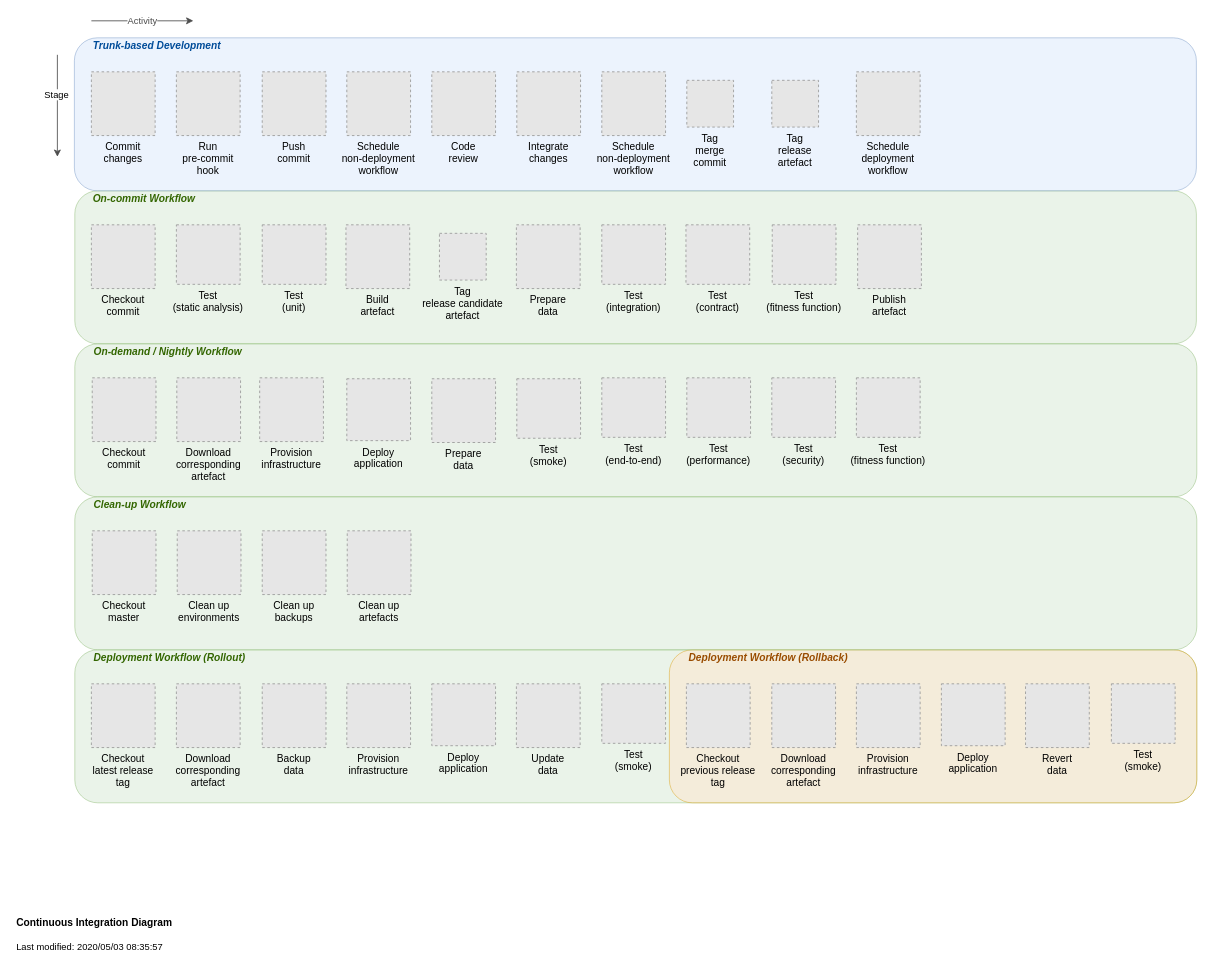
Before: documentation/DevOps.drawio in nhs-england-tools/make-devops, a draw.io diagram. Source tidied: cells renumbered, new cells numbered last; positions are measured from the earlier drawing's top-left corner, leaving out a move shared by most shapes. Both pictures are drawn from the tidied source at 85%, with x=0, y=0 at pixel (14, 20). Pictures stored in the file or linked from it are replaced by grey dashed boxes.
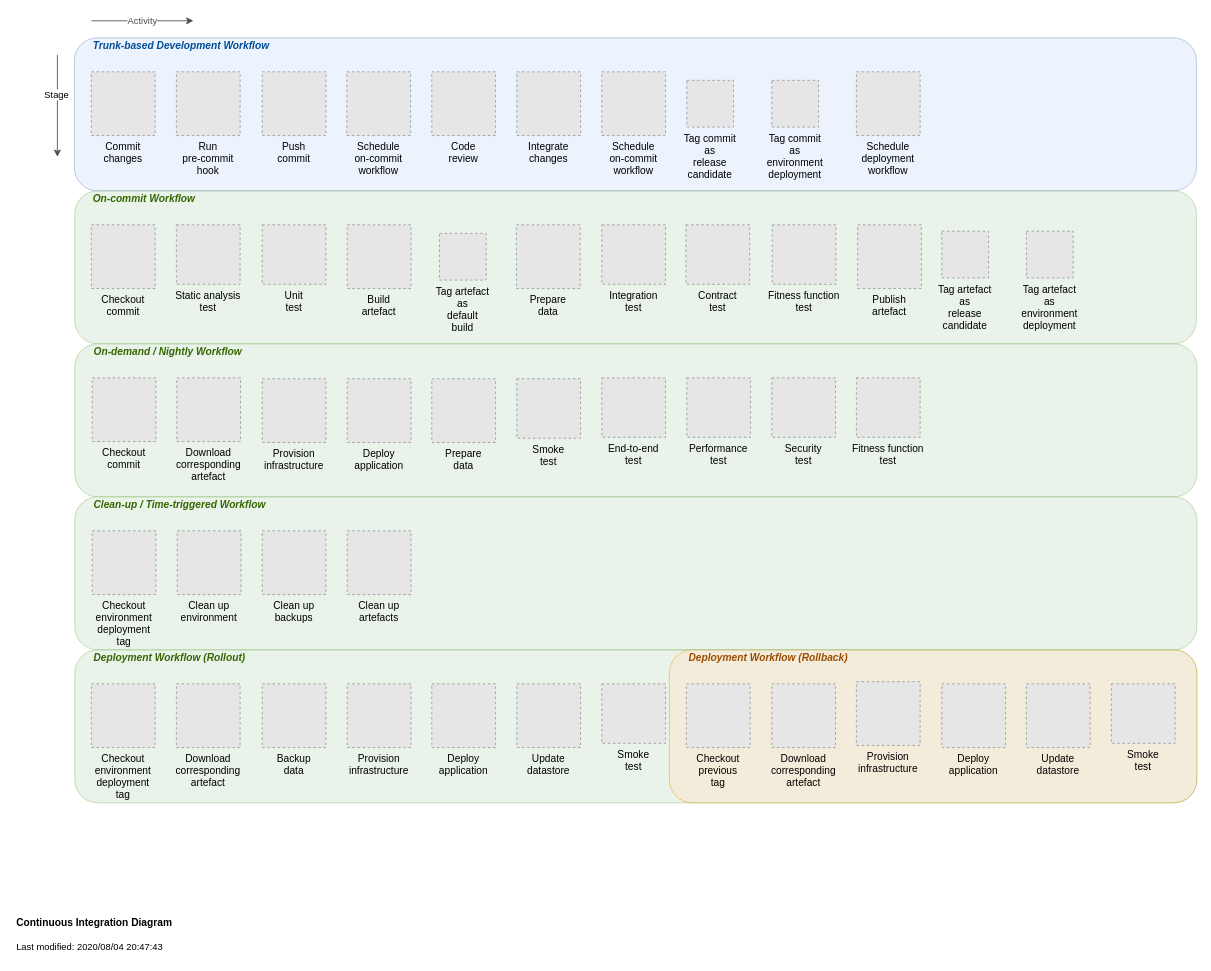
After the change.

Diff of the diagram source:
```diff
@@
-    <mxCell id="6" value="Provision&#10;infrastructure" style="fillColor=#E6E6E6;strokeColor=#999999;dashed=1;verticalLabelPosition=bottom;verticalAlign=top;align=center;" parent="1" vertex="1">
-      <mxGeometry x="390.5" y="780" width="75" height="75" as="geometry" />
-    </mxCell>
-    <mxCell id="7" value="Provision&#10;infrastructure" style="fillColor=#E6E6E6;strokeColor=#999999;dashed=1;verticalLabelPosition=bottom;verticalAlign=top;align=center;" parent="1" vertex="1">
-      <mxGeometry x="990" y="780" width="75" height="75" as="geometry" />
-    </mxCell>
-    <mxCell id="8" value="Build&#10;artefact" style="fillColor=#E6E6E6;strokeColor=#999999;dashed=1;verticalLabelPosition=bottom;labelBackgroundColor=none;verticalAlign=top;" parent="1" vertex="1">
-      <mxGeometry x="389.5" y="240" width="75" height="75" as="geometry" />
-    </mxCell>
@@
-    <mxCell id="10" value="Provision&#10;infrastructure" style="fillColor=#E6E6E6;strokeColor=#999999;dashed=1;verticalLabelPosition=bottom;verticalAlign=top;align=center;" parent="1" vertex="1">
-      <mxGeometry x="288" y="420" width="75" height="75" as="geometry" />
-    </mxCell>
-    <mxCell id="11" value="&lt;b&gt;Continuous Integration Diagram&lt;/b&gt;&lt;br style=&quot;font-size: 11px&quot;&gt;&lt;font style=&quot;font-size: 11px&quot;&gt;&lt;br&gt;&lt;font style=&quot;font-size: 11px&quot;&gt;Last modified: 2020/05/03 08:35:57&lt;/font&gt;&lt;/font&gt;" style="text;html=1;strokeColor=none;fillColor=none;align=left;verticalAlign=middle;whiteSpace=wrap;rounded=0;" parent="1" vertex="1">
+    <mxCell id="11" value="&lt;b&gt;Continuous Integration Diagram&lt;/b&gt;&lt;br style=&quot;font-size: 11px&quot;&gt;&lt;font style=&quot;font-size: 11px&quot;&gt;&lt;br&gt;&lt;font style=&quot;font-size: 11px&quot;&gt;Last modified: 2020/08/04 20:47:43&lt;/font&gt;&lt;/font&gt;" style="text;html=1;strokeColor=none;fillColor=none;align=left;verticalAlign=middle;whiteSpace=wrap;rounded=0;" parent="1" vertex="1">
       <mxGeometry y="1050" width="430" height="50" as="geometry" />
     </mxCell>
@@
-    <mxCell id="13" value="Deploy&#10;application" style="fillColor=#E6E6E6;strokeColor=#999999;dashed=1;verticalLabelPosition=bottom;labelBackgroundColor=none;verticalAlign=top;" parent="1" vertex="1">
-      <mxGeometry x="490.5" y="780" width="75" height="72.8" as="geometry" />
-    </mxCell>
-    <mxCell id="14" value="Deploy&#10;application" style="fillColor=#E6E6E6;strokeColor=#999999;dashed=1;verticalLabelPosition=bottom;labelBackgroundColor=none;verticalAlign=top;" parent="1" vertex="1">
-      <mxGeometry x="1090" y="780" width="75" height="72.8" as="geometry" />
-    </mxCell>
-    <mxCell id="15" value="Deploy&#10;application" style="fillColor=#E6E6E6;strokeColor=#999999;dashed=1;verticalLabelPosition=bottom;labelBackgroundColor=none;verticalAlign=top;" parent="1" vertex="1">
-      <mxGeometry x="390.5" y="421.1" width="75" height="72.8" as="geometry" />
-    </mxCell>
@@
-    <mxCell id="17" value="Tag&#10;release candidate&#10;artefact" style="fillColor=#E6E6E6;strokeColor=#999999;dashed=1;verticalLabelPosition=bottom;labelBackgroundColor=none;verticalAlign=top;" parent="1" vertex="1">
+    <mxCell id="17" value="Tag artefact&#10;as&#10;default&#10;build" style="fillColor=#E6E6E6;strokeColor=#999999;dashed=1;verticalLabelPosition=bottom;labelBackgroundColor=none;verticalAlign=top;" parent="1" vertex="1">
       <mxGeometry x="499.5" y="250" width="55" height="55" as="geometry" />
     </mxCell>
@@
-    <mxCell id="24" value="Clean up&#10;environments" style="fillColor=#E6E6E6;strokeColor=#999999;dashed=1;verticalLabelPosition=bottom;labelBackgroundColor=none;verticalAlign=top;" parent="1" vertex="1">
+    <mxCell id="24" value="Clean up&#10;environment" style="fillColor=#E6E6E6;strokeColor=#999999;dashed=1;verticalLabelPosition=bottom;labelBackgroundColor=none;verticalAlign=top;" parent="1" vertex="1">
       <mxGeometry x="191" y="600" width="75" height="75" as="geometry" />
     </mxCell>
@@
-    <mxCell id="27" value="Test&#10;(static analysis)" style="fillColor=#E6E6E6;strokeColor=#999999;dashed=1;verticalLabelPosition=bottom;labelBackgroundColor=none;verticalAlign=top;" parent="1" vertex="1">
+    <mxCell id="27" value="Static analysis&#10;test" style="fillColor=#E6E6E6;strokeColor=#999999;dashed=1;verticalLabelPosition=bottom;labelBackgroundColor=none;verticalAlign=top;" parent="1" vertex="1">
       <mxGeometry x="190" y="240" width="75" height="70" as="geometry" />
     </mxCell>
-    <mxCell id="28" value="Test&#10;(unit)" style="fillColor=#E6E6E6;strokeColor=#999999;dashed=1;verticalLabelPosition=bottom;labelBackgroundColor=none;verticalAlign=top;" parent="1" vertex="1">
+    <mxCell id="28" value="Unit&#10;test" style="fillColor=#E6E6E6;strokeColor=#999999;dashed=1;verticalLabelPosition=bottom;labelBackgroundColor=none;verticalAlign=top;" parent="1" vertex="1">
       <mxGeometry x="291" y="240" width="75" height="70" as="geometry" />
     </mxCell>
-    <mxCell id="29" value="Test&#10;(integration)" style="fillColor=#E6E6E6;strokeColor=#999999;dashed=1;verticalLabelPosition=bottom;labelBackgroundColor=none;verticalAlign=top;" parent="1" vertex="1">
+    <mxCell id="29" value="Integration&#10;test" style="fillColor=#E6E6E6;strokeColor=#999999;dashed=1;verticalLabelPosition=bottom;labelBackgroundColor=none;verticalAlign=top;" parent="1" vertex="1">
       <mxGeometry x="690.5" y="240" width="75" height="70" as="geometry" />
     </mxCell>
-    <mxCell id="30" value="Test&#10;(contract)" style="fillColor=#E6E6E6;strokeColor=#999999;dashed=1;verticalLabelPosition=bottom;labelBackgroundColor=none;verticalAlign=top;" parent="1" vertex="1">
+    <mxCell id="30" value="Contract&#10;test" style="fillColor=#E6E6E6;strokeColor=#999999;dashed=1;verticalLabelPosition=bottom;labelBackgroundColor=none;verticalAlign=top;" parent="1" vertex="1">
       <mxGeometry x="789.5" y="240" width="75" height="70" as="geometry" />
     </mxCell>
-    <mxCell id="31" value="Test&#10;(smoke)" style="fillColor=#E6E6E6;strokeColor=#999999;dashed=1;verticalLabelPosition=bottom;labelBackgroundColor=none;verticalAlign=top;" parent="1" vertex="1">
+    <mxCell id="31" value="Smoke&#10;test" style="fillColor=#E6E6E6;strokeColor=#999999;dashed=1;verticalLabelPosition=bottom;labelBackgroundColor=none;verticalAlign=top;" parent="1" vertex="1">
       <mxGeometry x="590.5" y="421.1" width="75" height="70" as="geometry" />
     </mxCell>
-    <mxCell id="32" value="Test&#10;(smoke)" style="fillColor=#E6E6E6;strokeColor=#999999;dashed=1;verticalLabelPosition=bottom;labelBackgroundColor=none;verticalAlign=top;" parent="1" vertex="1">
+    <mxCell id="32" value="Smoke&#10;test" style="fillColor=#E6E6E6;strokeColor=#999999;dashed=1;verticalLabelPosition=bottom;labelBackgroundColor=none;verticalAlign=top;" parent="1" vertex="1">
       <mxGeometry x="1290" y="780" width="75" height="70" as="geometry" />
     </mxCell>
-    <mxCell id="33" value="Test&#10;(smoke)" style="fillColor=#E6E6E6;strokeColor=#999999;dashed=1;verticalLabelPosition=bottom;labelBackgroundColor=none;verticalAlign=top;" parent="1" vertex="1">
+    <mxCell id="33" value="Smoke&#10;test" style="fillColor=#E6E6E6;strokeColor=#999999;dashed=1;verticalLabelPosition=bottom;labelBackgroundColor=none;verticalAlign=top;" parent="1" vertex="1">
       <mxGeometry x="690.5" y="780" width="75" height="70" as="geometry" />
     </mxCell>
-    <mxCell id="34" value="Test&#10;(end-to-end)" style="fillColor=#E6E6E6;strokeColor=#999999;dashed=1;verticalLabelPosition=bottom;labelBackgroundColor=none;verticalAlign=top;" parent="1" vertex="1">
+    <mxCell id="34" value="End-to-end&#10;test" style="fillColor=#E6E6E6;strokeColor=#999999;dashed=1;verticalLabelPosition=bottom;labelBackgroundColor=none;verticalAlign=top;" parent="1" vertex="1">
       <mxGeometry x="690.5" y="420" width="75" height="70" as="geometry" />
     </mxCell>
-    <mxCell id="35" value="Test&#10;(performance)" style="fillColor=#E6E6E6;strokeColor=#999999;dashed=1;verticalLabelPosition=bottom;labelBackgroundColor=none;verticalAlign=top;" parent="1" vertex="1">
+    <mxCell id="35" value="Performance&#10;test" style="fillColor=#E6E6E6;strokeColor=#999999;dashed=1;verticalLabelPosition=bottom;labelBackgroundColor=none;verticalAlign=top;" parent="1" vertex="1">
       <mxGeometry x="790.5" y="420" width="75" height="70" as="geometry" />
     </mxCell>
-    <mxCell id="36" value="Test&#10;(security)" style="fillColor=#E6E6E6;strokeColor=#999999;dashed=1;verticalLabelPosition=bottom;labelBackgroundColor=none;verticalAlign=top;" parent="1" vertex="1">
+    <mxCell id="36" value="Security&#10;test" style="fillColor=#E6E6E6;strokeColor=#999999;dashed=1;verticalLabelPosition=bottom;labelBackgroundColor=none;verticalAlign=top;" parent="1" vertex="1">
       <mxGeometry x="890.5" y="420" width="75" height="70" as="geometry" />
     </mxCell>
@@
-    <mxCell id="39" value="Update&#10;data" style="fillColor=#E6E6E6;strokeColor=#999999;dashed=1;verticalLabelPosition=bottom;labelBackgroundColor=none;verticalAlign=top;" parent="1" vertex="1">
-      <mxGeometry x="590" y="780" width="75" height="75" as="geometry" />
-    </mxCell>
-    <mxCell id="40" value="Revert&#10;data" style="fillColor=#E6E6E6;strokeColor=#999999;dashed=1;verticalLabelPosition=bottom;labelBackgroundColor=none;verticalAlign=top;" parent="1" vertex="1">
-      <mxGeometry x="1189" y="780" width="75" height="75" as="geometry" />
-    </mxCell>
@@
-    <mxCell id="42" value="Trunk-based Development" style="text;html=1;strokeColor=none;fillColor=none;align=left;verticalAlign=middle;whiteSpace=wrap;rounded=0;labelBackgroundColor=none;fontStyle=3;fontColor=#004C99;" parent="1" vertex="1">
+    <mxCell id="42" value="Trunk-based Development Workflow" style="text;html=1;strokeColor=none;fillColor=none;align=left;verticalAlign=middle;whiteSpace=wrap;rounded=0;labelBackgroundColor=none;fontStyle=3;fontColor=#004C99;" parent="1" vertex="1">
       <mxGeometry x="90" y="20" width="300" height="20" as="geometry" />
     </mxCell>
@@
-    <mxCell id="45" value="Clean-up Workflow" style="text;html=1;strokeColor=none;fillColor=none;align=left;verticalAlign=middle;whiteSpace=wrap;rounded=0;labelBackgroundColor=none;fontStyle=3;fontColor=#336600;" parent="1" vertex="1">
+    <mxCell id="45" value="Clean-up / Time-triggered Workflow" style="text;html=1;strokeColor=none;fillColor=none;align=left;verticalAlign=middle;whiteSpace=wrap;rounded=0;labelBackgroundColor=none;fontStyle=3;fontColor=#336600;" parent="1" vertex="1">
       <mxGeometry x="90.5" y="560" width="300" height="20" as="geometry" />
     </mxCell>
@@
-    <mxCell id="50" value="Tag&#10;merge&#10;commit" style="fillColor=#E6E6E6;strokeColor=#999999;dashed=1;verticalLabelPosition=bottom;labelBackgroundColor=none;verticalAlign=top;" parent="1" vertex="1">
+    <mxCell id="50" value="Tag commit&#10;as&#10;release&#10;candidate" style="fillColor=#E6E6E6;strokeColor=#999999;dashed=1;verticalLabelPosition=bottom;labelBackgroundColor=none;verticalAlign=top;" parent="1" vertex="1">
       <mxGeometry x="790.5" y="70" width="55" height="55" as="geometry" />
     </mxCell>
-    <mxCell id="51" value="Test&#10;(fitness function)" style="fillColor=#E6E6E6;strokeColor=#999999;dashed=1;verticalLabelPosition=bottom;labelBackgroundColor=none;verticalAlign=top;" parent="1" vertex="1">
+    <mxCell id="51" value="Fitness function&#10;test" style="fillColor=#E6E6E6;strokeColor=#999999;dashed=1;verticalLabelPosition=bottom;labelBackgroundColor=none;verticalAlign=top;" parent="1" vertex="1">
       <mxGeometry x="891" y="240" width="75" height="70" as="geometry" />
     </mxCell>
-    <mxCell id="52" value="Tag&#10;release&#10;artefact" style="fillColor=#E6E6E6;strokeColor=#999999;dashed=1;verticalLabelPosition=bottom;labelBackgroundColor=none;verticalAlign=top;" parent="1" vertex="1">
-      <mxGeometry x="890.5" y="70" width="55" height="55" as="geometry" />
-    </mxCell>
@@
-    <mxCell id="56" value="Checkout&#10;master" style="fillColor=#E6E6E6;strokeColor=#999999;dashed=1;verticalLabelPosition=bottom;labelBackgroundColor=none;verticalAlign=top;" parent="1" vertex="1">
+    <mxCell id="56" value="Checkout&#10;environment&#10;deployment&#10;tag" style="fillColor=#E6E6E6;strokeColor=#999999;dashed=1;verticalLabelPosition=bottom;labelBackgroundColor=none;verticalAlign=top;" parent="1" vertex="1">
       <mxGeometry x="91" y="600" width="75" height="75" as="geometry" />
     </mxCell>
-    <mxCell id="57" value="Checkout&#10;latest release&#10;tag" style="fillColor=#E6E6E6;strokeColor=#999999;dashed=1;verticalLabelPosition=bottom;labelBackgroundColor=none;verticalAlign=top;" parent="1" vertex="1">
+    <mxCell id="57" value="Checkout&#10;environment&#10;deployment&#10;tag" style="fillColor=#E6E6E6;strokeColor=#999999;dashed=1;verticalLabelPosition=bottom;labelBackgroundColor=none;verticalAlign=top;" parent="1" vertex="1">
       <mxGeometry x="90" y="780" width="75" height="75" as="geometry" />
     </mxCell>
-    <mxCell id="58" value="Checkout&#10;previous release&#10;tag" style="fillColor=#E6E6E6;strokeColor=#999999;dashed=1;verticalLabelPosition=bottom;labelBackgroundColor=none;verticalAlign=top;" parent="1" vertex="1">
+    <mxCell id="58" value="Checkout&#10;previous&#10;tag" style="fillColor=#E6E6E6;strokeColor=#999999;dashed=1;verticalLabelPosition=bottom;labelBackgroundColor=none;verticalAlign=top;" parent="1" vertex="1">
       <mxGeometry x="790" y="780" width="75" height="75" as="geometry" />
     </mxCell>
-    <mxCell id="59" value="Schedule&#10;non-deployment&#10;workflow" style="fillColor=#E6E6E6;strokeColor=#999999;dashed=1;verticalLabelPosition=bottom;verticalAlign=top;" parent="1" vertex="1">
+    <mxCell id="59" value="Schedule&#10;on-commit&#10;workflow" style="fillColor=#E6E6E6;strokeColor=#999999;dashed=1;verticalLabelPosition=bottom;verticalAlign=top;" parent="1" vertex="1">
       <mxGeometry x="390.5" y="60" width="75" height="75" as="geometry" />
     </mxCell>
-    <mxCell id="60" value="Schedule&#10;non-deployment&#10;workflow" style="fillColor=#E6E6E6;strokeColor=#999999;dashed=1;verticalLabelPosition=bottom;verticalAlign=top;" parent="1" vertex="1">
+    <mxCell id="60" value="Schedule&#10;on-commit&#10;workflow" style="fillColor=#E6E6E6;strokeColor=#999999;dashed=1;verticalLabelPosition=bottom;verticalAlign=top;" parent="1" vertex="1">
       <mxGeometry x="690.5" y="60" width="75" height="75" as="geometry" />
     </mxCell>
@@
+    <mxCell id="64" value="Fitness function&#10;test" style="fillColor=#E6E6E6;strokeColor=#999999;dashed=1;verticalLabelPosition=bottom;labelBackgroundColor=none;verticalAlign=top;" parent="1" vertex="1">
+      <mxGeometry x="990" y="420" width="75" height="70" as="geometry" />
+    </mxCell>
+    <mxCell id="65" value="Tag commit&#10;as&#10;environment&#10;deployment" style="fillColor=#E6E6E6;strokeColor=#999999;dashed=1;verticalLabelPosition=bottom;labelBackgroundColor=none;verticalAlign=top;" parent="1" vertex="1">
+      <mxGeometry x="890.5" y="70" width="55" height="55" as="geometry" />
+    </mxCell>
-    <mxCell id="62" value="Code&#10;review" style="fillColor=#E6E6E6;strokeColor=#999999;dashed=1;verticalLabelPosition=bottom;verticalAlign=top;" parent="1" vertex="1">
+    <mxCell id="62" value="Code&#10;review" style="fillColor=#E6E6E6;strokeColor=#999999;dashed=1;verticalLabelPosition=bottom;labelBackgroundColor=none;verticalAlign=top;" parent="1" vertex="1">
       <mxGeometry x="490.5" y="60" width="75" height="75" as="geometry" />
     </mxCell>
-    <mxCell id="63" value="Integrate&#10;changes" style="fillColor=#E6E6E6;strokeColor=#999999;dashed=1;verticalLabelPosition=bottom;verticalAlign=top;" parent="1" vertex="1">
+    <mxCell id="63" value="Integrate&#10;changes" style="fillColor=#E6E6E6;strokeColor=#999999;dashed=1;verticalLabelPosition=bottom;labelBackgroundColor=none;verticalAlign=top;" parent="1" vertex="1">
       <mxGeometry x="590.5" y="60" width="75" height="75" as="geometry" />
     </mxCell>
-    <mxCell id="64" value="Test&#10;(fitness function)" style="fillColor=#E6E6E6;strokeColor=#999999;dashed=1;verticalLabelPosition=bottom;labelBackgroundColor=none;verticalAlign=top;" parent="1" vertex="1">
-      <mxGeometry x="990" y="420" width="75" height="70" as="geometry" />
-    </mxCell>
+    <mxCell id="66" value="Tag artefact&#10;as&#10;release&#10;candidate" style="fillColor=#E6E6E6;strokeColor=#999999;dashed=1;verticalLabelPosition=bottom;labelBackgroundColor=none;verticalAlign=top;" parent="1" vertex="1">
+      <mxGeometry x="1090.5" y="247.5" width="55" height="55" as="geometry" />
+    </mxCell>
+    <mxCell id="67" value="Tag artefact&#10;as&#10;environment&#10;deployment" style="fillColor=#E6E6E6;strokeColor=#999999;dashed=1;verticalLabelPosition=bottom;labelBackgroundColor=none;verticalAlign=top;" parent="1" vertex="1">
+      <mxGeometry x="1190" y="247.5" width="55" height="55" as="geometry" />
+    </mxCell>
+    <mxCell id="68" value="Deploy&#10;application" style="fillColor=#E6E6E6;strokeColor=#999999;dashed=1;verticalLabelPosition=bottom;verticalAlign=top;" parent="1" vertex="1">
+      <mxGeometry x="391" y="421.1" width="75" height="75" as="geometry" />
+    </mxCell>
+    <mxCell id="69" value="Deploy&#10;application" style="fillColor=#E6E6E6;strokeColor=#999999;dashed=1;verticalLabelPosition=bottom;verticalAlign=top;" parent="1" vertex="1">
+      <mxGeometry x="490.5" y="780" width="75" height="75" as="geometry" />
+    </mxCell>
+    <mxCell id="70" value="Deploy&#10;application" style="fillColor=#E6E6E6;strokeColor=#999999;dashed=1;verticalLabelPosition=bottom;verticalAlign=top;" parent="1" vertex="1">
+      <mxGeometry x="1090.5" y="780" width="75" height="75" as="geometry" />
+    </mxCell>
+    <mxCell id="71" value="Update&#10;datastore" style="fillColor=#E6E6E6;strokeColor=#999999;dashed=1;verticalLabelPosition=bottom;labelBackgroundColor=none;verticalAlign=top;" parent="1" vertex="1">
+      <mxGeometry x="590.5" y="780" width="75" height="75" as="geometry" />
+    </mxCell>
+    <mxCell id="72" value="Update&#10;datastore" style="fillColor=#E6E6E6;strokeColor=#999999;dashed=1;verticalLabelPosition=bottom;labelBackgroundColor=none;verticalAlign=top;" parent="1" vertex="1">
+      <mxGeometry x="1190" y="780" width="75" height="75" as="geometry" />
+    </mxCell>
+    <mxCell id="73" value="Provision&#10;infrastructure" style="fillColor=#E6E6E6;strokeColor=#999999;dashed=1;verticalLabelPosition=bottom;labelBackgroundColor=none;verticalAlign=top;" parent="1" vertex="1">
+      <mxGeometry x="391" y="780" width="75" height="75" as="geometry" />
+    </mxCell>
+    <mxCell id="74" value="Provision&#10;infrastructure" style="fillColor=#E6E6E6;strokeColor=#999999;dashed=1;verticalLabelPosition=bottom;labelBackgroundColor=none;verticalAlign=top;" parent="1" vertex="1">
+      <mxGeometry x="990" y="777.5" width="75" height="75" as="geometry" />
+    </mxCell>
+    <mxCell id="75" value="Provision&#10;infrastructure" style="fillColor=#E6E6E6;strokeColor=#999999;dashed=1;verticalLabelPosition=bottom;labelBackgroundColor=none;verticalAlign=top;" parent="1" vertex="1">
+      <mxGeometry x="291" y="421.1" width="75" height="75" as="geometry" />
+    </mxCell>
+    <mxCell id="8" value="Build&#10;artefact" style="fillColor=#E6E6E6;strokeColor=#999999;dashed=1;verticalLabelPosition=bottom;labelBackgroundColor=none;verticalAlign=top;" parent="1" vertex="1">
+      <mxGeometry x="391" y="240" width="75" height="75" as="geometry" />
+    </mxCell>
```
